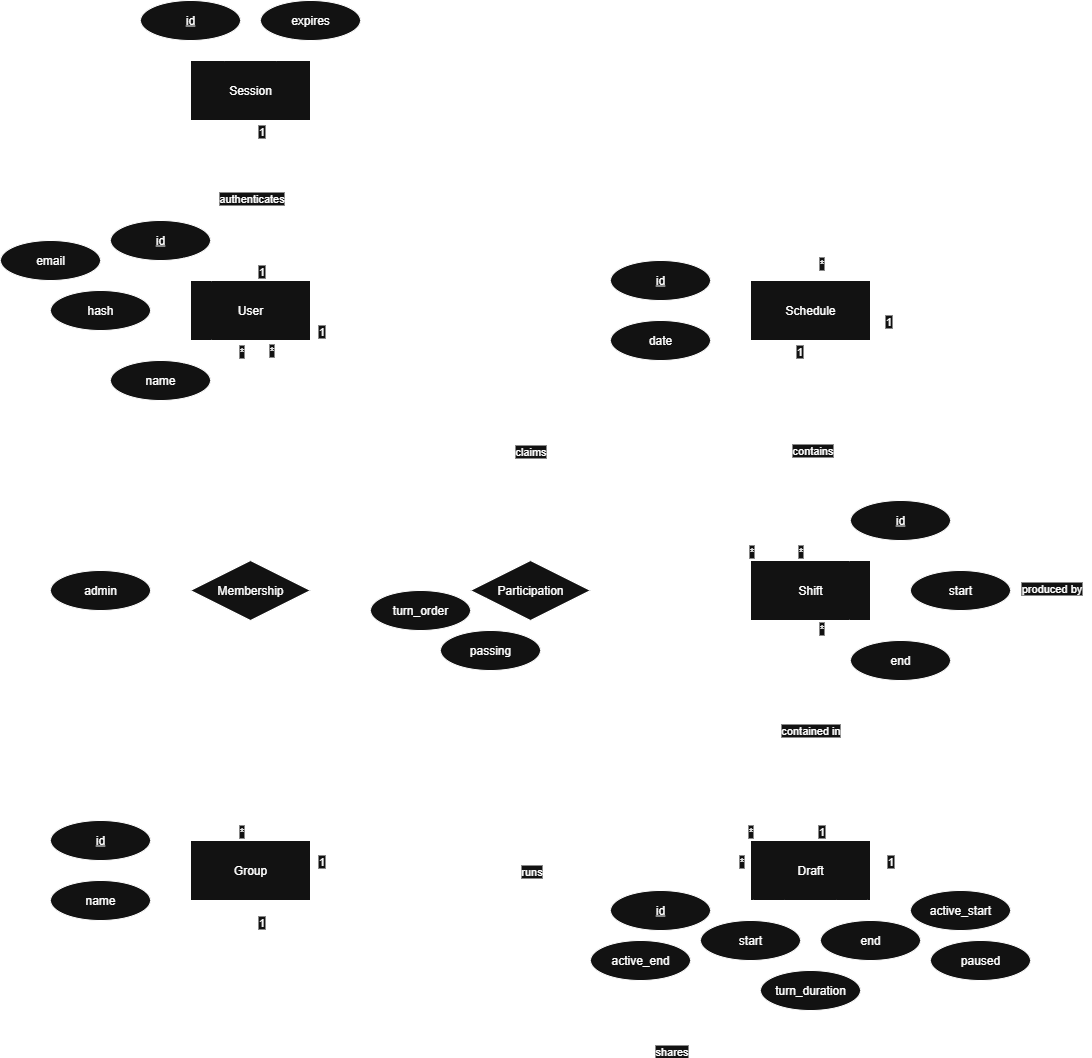
AaronOwensSE/shiftER keeps this draw.io diagram as documentation/er-diagram.png. Above is the earlier version. Source tidied: cells renumbered, new cells last; positions are measured from the earlier drawing's top-left corner, leaving out a move shared by most shapes.
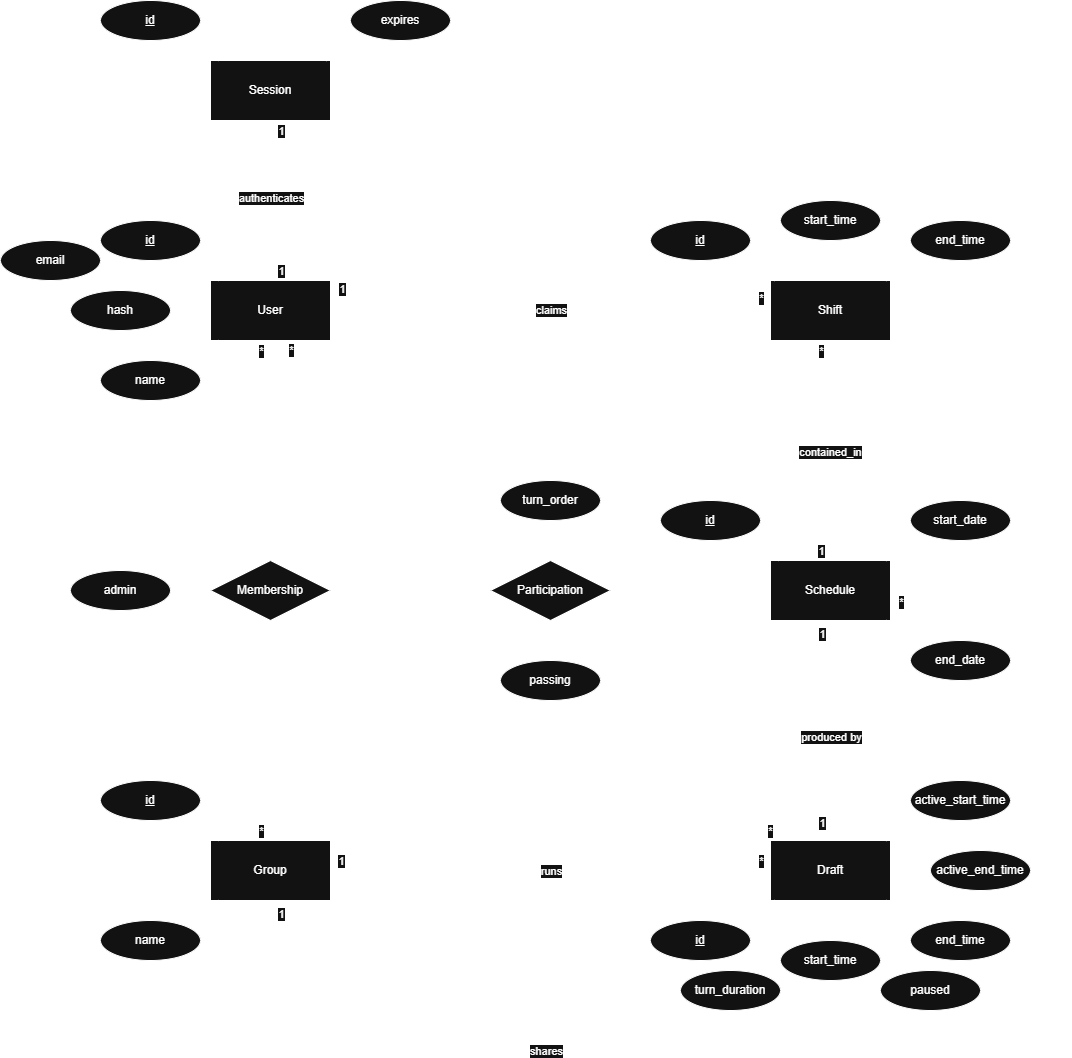
The same file after the commit.

Commit message:
docs: Update database diagrams.

Diff of the diagram source:
```diff
@@ -12,7 +12,7 @@
       <mxGeometry x="190" y="840" width="120" height="60" as="geometry" />
     </mxCell>
     <mxCell id="5" value="Shift" style="whiteSpace=wrap;html=1;align=center;" parent="1" vertex="1">
-      <mxGeometry x="750" y="560" width="120" height="60" as="geometry" />
+      <mxGeometry x="750" y="280" width="120" height="60" as="geometry" />
     </mxCell>
     <mxCell id="6" value="Session" style="whiteSpace=wrap;html=1;align=center;" parent="1" vertex="1">
       <mxGeometry x="190" y="60" width="120" height="60" as="geometry" />
@@ -83,12 +83,11 @@
     <mxCell id="22" value="Membership" style="shape=rhombus;perimeter=rhombusPerimeter;whiteSpace=wrap;html=1;align=center;" parent="1" vertex="1">
       <mxGeometry x="190" y="560" width="120" height="60" as="geometry" />
     </mxCell>
-    <mxCell id="23" style="endArrow=none;html=1;rounded=0;entryX=0.5;entryY=1;entryDx=0;entryDy=0;exitX=0.5;exitY=0;exitDx=0;exitDy=0;" parent="1" edge="1" source="45" target="4">
+    <mxCell id="23" style="endArrow=none;html=1;rounded=0;entryX=0.5;entryY=1;entryDx=0;entryDy=0;" parent="1" edge="1" source="45" target="4">
       <mxGeometry relative="1" as="geometry">
         <Array as="points">
-          <mxPoint x="810" y="240" />
-          <mxPoint x="1090" y="240" />
-          <mxPoint x="1090" y="1050" />
+          <mxPoint x="1050" y="590" />
+          <mxPoint x="1050" y="1050" />
           <mxPoint x="250" y="1050" />
         </Array>
       </mxGeometry>
@@ -100,7 +99,7 @@
     </mxCell>
     <mxCell id="25" value="*" style="edgeLabel;html=1;align=center;verticalAlign=middle;" parent="23" vertex="1">
       <mxGeometry x="-0.97" y="2" relative="1" as="geometry">
-        <mxPoint x="12" y="13" as="offset" />
+        <mxPoint x="-13" y="13" as="offset" />
       </mxGeometry>
     </mxCell>
     <mxCell id="26" value="shares" style="edgeLabel;html=1;align=center;verticalAlign=middle;" parent="23" vertex="1">
@@ -108,49 +107,28 @@
         <mxPoint x="-10" y="-2" as="offset" />
       </mxGeometry>
     </mxCell>
-    <mxCell id="27" style="endArrow=none;html=1;rounded=0;" parent="1" edge="1" source="3" target="5">
-      <mxGeometry relative="1" as="geometry" />
-    </mxCell>
-    <mxCell id="28" value="1" style="edgeLabel;html=1;align=center;verticalAlign=middle;" parent="27" vertex="1">
-      <mxGeometry x="-0.89" y="3" relative="1" as="geometry">
-        <mxPoint x="13" y="2" as="offset" />
-      </mxGeometry>
-    </mxCell>
-    <mxCell id="29" value="*" style="edgeLabel;html=1;align=center;verticalAlign=middle;" parent="27" vertex="1">
-      <mxGeometry x="0.94" y="3" relative="1" as="geometry">
-        <mxPoint x="13" as="offset" />
-      </mxGeometry>
-    </mxCell>
-    <mxCell id="30" value="contained in" style="edgeLabel;html=1;align=center;verticalAlign=middle;" parent="27" vertex="1">
-      <mxGeometry x="0.01" y="1" relative="1" as="geometry" />
-    </mxCell>
     <mxCell id="31" style="endArrow=none;html=1;rounded=0;" parent="1" edge="1" source="5" target="45">
       <mxGeometry relative="1" as="geometry" />
     </mxCell>
     <mxCell id="32" value="1" style="edgeLabel;html=1;align=center;verticalAlign=middle;" parent="31" vertex="1">
       <mxGeometry x="0.57" y="-2" relative="1" as="geometry">
-        <mxPoint x="-14" y="-38" as="offset" />
+        <mxPoint x="-8" y="38" as="offset" />
       </mxGeometry>
     </mxCell>
     <mxCell id="33" value="*" style="edgeLabel;html=1;align=center;verticalAlign=middle;" parent="31" vertex="1">
       <mxGeometry x="-0.71" y="-2" relative="1" as="geometry">
-        <mxPoint x="-13" y="22" as="offset" />
+        <mxPoint x="-8" y="-22" as="offset" />
       </mxGeometry>
     </mxCell>
-    <mxCell id="34" value="contains" style="edgeLabel;html=1;align=center;verticalAlign=middle;" parent="31" vertex="1">
+    <mxCell id="34" value="contained_in" style="edgeLabel;html=1;align=center;verticalAlign=middle;" parent="31" vertex="1">
       <mxGeometry x="0.01" y="-1" relative="1" as="geometry" />
     </mxCell>
     <mxCell id="35" style="endArrow=none;html=1;rounded=0;" parent="1" edge="1" source="3" target="45">
-      <mxGeometry relative="1" as="geometry">
-        <Array as="points">
-          <mxPoint x="1050" y="870" />
-          <mxPoint x="1050" y="310" />
-        </Array>
-      </mxGeometry>
+      <mxGeometry relative="1" as="geometry" />
     </mxCell>
     <mxCell id="36" value="1" style="edgeLabel;html=1;align=center;verticalAlign=middle;" parent="35" vertex="1">
       <mxGeometry x="0.95" y="-3" relative="1" as="geometry">
-        <mxPoint x="-6" y="13" as="offset" />
+        <mxPoint x="-12" y="8" as="offset" />
       </mxGeometry>
     </mxCell>
     <mxCell id="37" value="1" style="edgeLabel;html=1;align=center;verticalAlign=middle;" parent="35" vertex="1">
@@ -173,7 +151,7 @@
     </mxCell>
     <mxCell id="41" value="*" style="edgeLabel;html=1;align=center;verticalAlign=middle;" parent="39" vertex="1">
       <mxGeometry x="0.89" y="-1" relative="1" as="geometry">
-        <mxPoint x="24" y="1" as="offset" />
+        <mxPoint x="13" y="-14" as="offset" />
       </mxGeometry>
     </mxCell>
     <mxCell id="42" value="claims" style="edgeLabel;html=1;align=center;verticalAlign=middle;" parent="39" vertex="1">
@@ -190,13 +168,13 @@
       </mxGeometry>
     </mxCell>
     <mxCell id="45" value="Schedule" style="whiteSpace=wrap;html=1;align=center;" parent="1" vertex="1">
-      <mxGeometry x="750" y="280" width="120" height="60" as="geometry" />
+      <mxGeometry x="750" y="560" width="120" height="60" as="geometry" />
     </mxCell>
     <mxCell id="46" value="id" style="ellipse;whiteSpace=wrap;html=1;align=center;fontStyle=4;" parent="1" vertex="1">
-      <mxGeometry x="140" width="100" height="40" as="geometry" />
+      <mxGeometry x="80" width="100" height="40" as="geometry" />
     </mxCell>
     <mxCell id="47" value="expires" style="ellipse;whiteSpace=wrap;html=1;align=center;" parent="1" vertex="1">
-      <mxGeometry x="260" width="100" height="40" as="geometry" />
+      <mxGeometry x="330" width="100" height="40" as="geometry" />
     </mxCell>
     <mxCell id="48" style="endArrow=none;html=1;rounded=0;" parent="1" edge="1" source="46" target="6">
       <mxGeometry relative="1" as="geometry" />
@@ -205,10 +183,10 @@
       <mxGeometry relative="1" as="geometry" />
     </mxCell>
     <mxCell id="50" value="name" style="ellipse;whiteSpace=wrap;html=1;align=center;" parent="1" vertex="1">
-      <mxGeometry x="50" y="880" width="100" height="40" as="geometry" />
+      <mxGeometry x="80" y="920" width="100" height="40" as="geometry" />
     </mxCell>
     <mxCell id="51" value="id" style="ellipse;whiteSpace=wrap;html=1;align=center;fontStyle=4;" parent="1" vertex="1">
-      <mxGeometry x="50" y="820" width="100" height="40" as="geometry" />
+      <mxGeometry x="80" y="780" width="100" height="40" as="geometry" />
     </mxCell>
     <mxCell id="52" style="endArrow=none;html=1;rounded=0;" parent="1" edge="1" source="51" target="4">
       <mxGeometry relative="1" as="geometry" />
@@ -223,19 +201,19 @@
       <mxGeometry relative="1" as="geometry" />
     </mxCell>
     <mxCell id="56" value="id" style="ellipse;whiteSpace=wrap;html=1;align=center;fontStyle=4;" parent="1" vertex="1">
-      <mxGeometry x="110" y="220" width="100" height="40" as="geometry" />
+      <mxGeometry x="80" y="220" width="100" height="40" as="geometry" />
     </mxCell>
     <mxCell id="57" style="endArrow=none;html=1;rounded=0;" parent="1" edge="1" source="56" target="2">
       <mxGeometry relative="1" as="geometry" />
     </mxCell>
     <mxCell id="58" value="email" style="ellipse;whiteSpace=wrap;html=1;align=center;" parent="1" vertex="1">
-      <mxGeometry y="240" width="100" height="40" as="geometry" />
+      <mxGeometry x="-20" y="240" width="100" height="40" as="geometry" />
     </mxCell>
     <mxCell id="59" value="hash" style="ellipse;whiteSpace=wrap;html=1;align=center;" parent="1" vertex="1">
       <mxGeometry x="50" y="290" width="100" height="40" as="geometry" />
     </mxCell>
     <mxCell id="60" value="name" style="ellipse;whiteSpace=wrap;html=1;align=center;" parent="1" vertex="1">
-      <mxGeometry x="110" y="360" width="100" height="40" as="geometry" />
+      <mxGeometry x="80" y="360" width="100" height="40" as="geometry" />
     </mxCell>
     <mxCell id="61" style="endArrow=none;html=1;rounded=0;" parent="1" edge="1" source="58" target="2">
       <mxGeometry relative="1" as="geometry" />
@@ -247,28 +225,28 @@
       <mxGeometry relative="1" as="geometry" />
     </mxCell>
     <mxCell id="64" value="id" style="ellipse;whiteSpace=wrap;html=1;align=center;fontStyle=4;" parent="1" vertex="1">
-      <mxGeometry x="610" y="890" width="100" height="40" as="geometry" />
+      <mxGeometry x="630" y="920" width="100" height="40" as="geometry" />
     </mxCell>
     <mxCell id="65" style="endArrow=none;html=1;rounded=0;" parent="1" edge="1" source="64" target="3">
       <mxGeometry relative="1" as="geometry" />
     </mxCell>
-    <mxCell id="66" value="start" style="ellipse;whiteSpace=wrap;html=1;align=center;" parent="1" vertex="1">
-      <mxGeometry x="700" y="920" width="100" height="40" as="geometry" />
+    <mxCell id="66" value="start_time" style="ellipse;whiteSpace=wrap;html=1;align=center;" parent="1" vertex="1">
+      <mxGeometry x="760" y="940" width="100" height="40" as="geometry" />
     </mxCell>
-    <mxCell id="67" value="end" style="ellipse;whiteSpace=wrap;html=1;align=center;" parent="1" vertex="1">
-      <mxGeometry x="820" y="920" width="100" height="40" as="geometry" />
+    <mxCell id="67" value="end_time" style="ellipse;whiteSpace=wrap;html=1;align=center;" parent="1" vertex="1">
+      <mxGeometry x="890" y="920" width="100" height="40" as="geometry" />
     </mxCell>
     <mxCell id="68" value="turn_duration" style="ellipse;whiteSpace=wrap;html=1;align=center;" parent="1" vertex="1">
-      <mxGeometry x="760" y="970" width="100" height="40" as="geometry" />
+      <mxGeometry x="660" y="970" width="100" height="40" as="geometry" />
     </mxCell>
-    <mxCell id="69" value="active_start" style="ellipse;whiteSpace=wrap;html=1;align=center;" parent="1" vertex="1">
-      <mxGeometry x="910" y="890" width="100" height="40" as="geometry" />
+    <mxCell id="69" value="active_start_time" style="ellipse;whiteSpace=wrap;html=1;align=center;" parent="1" vertex="1">
+      <mxGeometry x="890" y="780" width="100" height="40" as="geometry" />
     </mxCell>
-    <mxCell id="70" value="active_end" style="ellipse;whiteSpace=wrap;html=1;align=center;" parent="1" vertex="1">
-      <mxGeometry x="590" y="940" width="100" height="40" as="geometry" />
+    <mxCell id="70" value="active_end_time" style="ellipse;whiteSpace=wrap;html=1;align=center;" parent="1" vertex="1">
+      <mxGeometry x="910" y="850" width="100" height="40" as="geometry" />
     </mxCell>
     <mxCell id="71" value="paused" style="ellipse;whiteSpace=wrap;html=1;align=center;" parent="1" vertex="1">
-      <mxGeometry x="930" y="940" width="100" height="40" as="geometry" />
+      <mxGeometry x="860" y="970" width="100" height="40" as="geometry" />
     </mxCell>
     <mxCell id="72" style="endArrow=none;html=1;rounded=0;" parent="1" edge="1" source="66" target="3">
       <mxGeometry relative="1" as="geometry" />
@@ -289,10 +267,10 @@
       <mxGeometry relative="1" as="geometry" />
     </mxCell>
     <mxCell id="78" value="passing" style="ellipse;whiteSpace=wrap;html=1;align=center;" parent="1" vertex="1">
-      <mxGeometry x="440" y="630" width="100" height="40" as="geometry" />
+      <mxGeometry x="480" y="660" width="100" height="40" as="geometry" />
     </mxCell>
     <mxCell id="79" value="turn_order" style="ellipse;whiteSpace=wrap;html=1;align=center;" parent="1" vertex="1">
-      <mxGeometry x="370" y="590" width="100" height="40" as="geometry" />
+      <mxGeometry x="480" y="480" width="100" height="40" as="geometry" />
     </mxCell>
     <mxCell id="80" style="endArrow=none;html=1;rounded=0;" parent="1" edge="1" source="79" target="13">
       <mxGeometry relative="1" as="geometry" />
@@ -300,11 +278,11 @@
     <mxCell id="81" style="endArrow=none;html=1;rounded=0;" parent="1" edge="1" source="13" target="78">
       <mxGeometry relative="1" as="geometry" />
     </mxCell>
-    <mxCell id="82" value="start" style="ellipse;whiteSpace=wrap;html=1;align=center;" parent="1" vertex="1">
-      <mxGeometry x="910" y="570" width="100" height="40" as="geometry" />
+    <mxCell id="82" value="start_time" style="ellipse;whiteSpace=wrap;html=1;align=center;" parent="1" vertex="1">
+      <mxGeometry x="760" y="200" width="100" height="40" as="geometry" />
     </mxCell>
-    <mxCell id="83" value="end" style="ellipse;whiteSpace=wrap;html=1;align=center;" parent="1" vertex="1">
-      <mxGeometry x="850" y="640" width="100" height="40" as="geometry" />
+    <mxCell id="83" value="end_time" style="ellipse;whiteSpace=wrap;html=1;align=center;" parent="1" vertex="1">
+      <mxGeometry x="890" y="220" width="100" height="40" as="geometry" />
     </mxCell>
     <mxCell id="84" style="endArrow=none;html=1;rounded=0;" parent="1" edge="1" source="5" target="82">
       <mxGeometry relative="1" as="geometry" />
@@ -313,16 +291,16 @@
       <mxGeometry relative="1" as="geometry" />
     </mxCell>
     <mxCell id="86" value="id" style="ellipse;whiteSpace=wrap;html=1;align=center;fontStyle=4;" parent="1" vertex="1">
-      <mxGeometry x="850" y="500" width="100" height="40" as="geometry" />
+      <mxGeometry x="630" y="220" width="100" height="40" as="geometry" />
     </mxCell>
     <mxCell id="87" style="endArrow=none;html=1;rounded=0;" parent="1" edge="1" source="5" target="86">
       <mxGeometry relative="1" as="geometry" />
     </mxCell>
     <mxCell id="88" value="id" style="ellipse;whiteSpace=wrap;html=1;align=center;fontStyle=4;" parent="1" vertex="1">
-      <mxGeometry x="610" y="260" width="100" height="40" as="geometry" />
+      <mxGeometry x="640" y="500" width="100" height="40" as="geometry" />
     </mxCell>
-    <mxCell id="89" value="date" style="ellipse;whiteSpace=wrap;html=1;align=center;" parent="1" vertex="1">
-      <mxGeometry x="610" y="320" width="100" height="40" as="geometry" />
+    <mxCell id="89" value="start_date" style="ellipse;whiteSpace=wrap;html=1;align=center;" parent="1" vertex="1">
+      <mxGeometry x="890" y="500" width="100" height="40" as="geometry" />
     </mxCell>
     <mxCell id="90" style="endArrow=none;html=1;rounded=0;" parent="1" edge="1" source="45" target="88">
       <mxGeometry relative="1" as="geometry" />
@@ -330,5 +308,11 @@
     <mxCell id="91" style="endArrow=none;html=1;rounded=0;" parent="1" edge="1" source="45" target="89">
       <mxGeometry relative="1" as="geometry" />
     </mxCell>
+    <mxCell id="92" value="end_date" style="ellipse;whiteSpace=wrap;html=1;align=center;" parent="1" vertex="1">
+      <mxGeometry x="890" y="640" width="100" height="40" as="geometry" />
+    </mxCell>
+    <mxCell id="93" style="endArrow=none;html=1;rounded=0;" parent="1" edge="1" source="45" target="92">
+      <mxGeometry relative="1" as="geometry" />
+    </mxCell>
   </root>
 </mxGraphModel>
```
